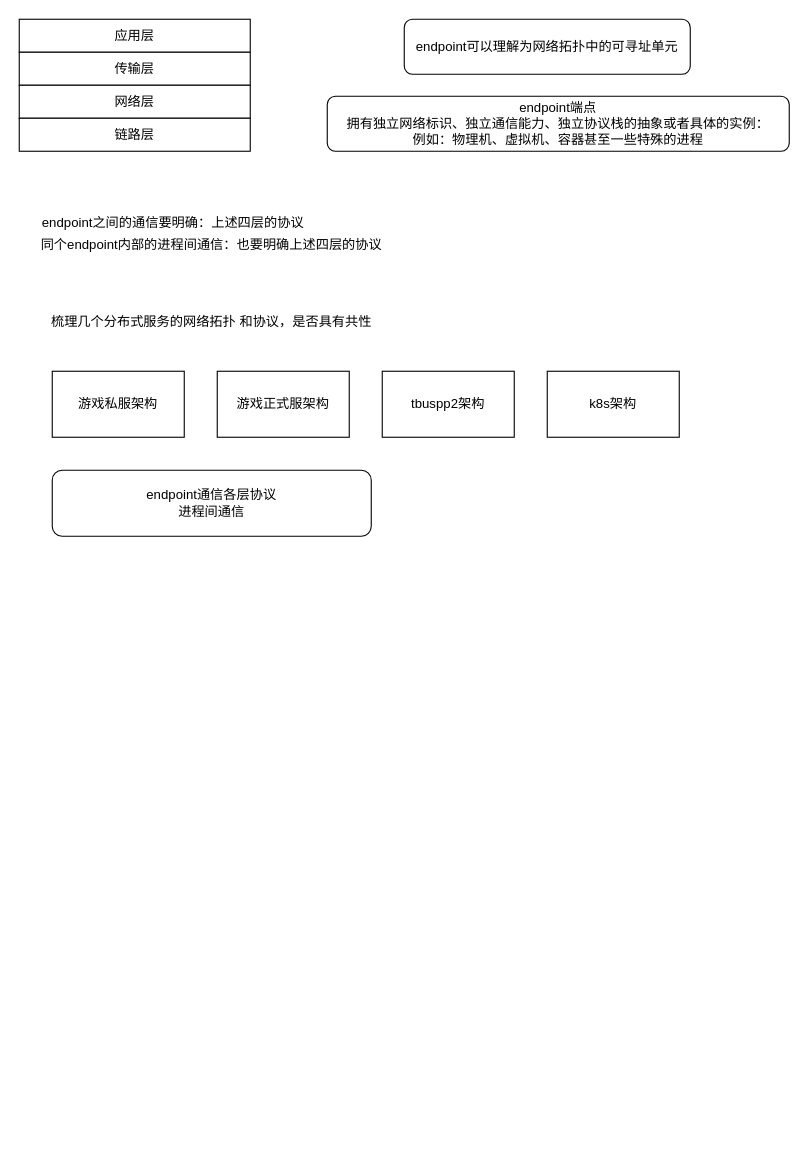
Above: 服务架构.drawio in junpfeng/UE (draw.io), before the change. Source tidied: cells renumbered, new cells numbered last; positions are measured from the earlier drawing's top-left corner, leaving out a move shared by most shapes. Both pictures are drawn from the tidied source at 110%, with x=0, y=0 at pixel (19, 19).
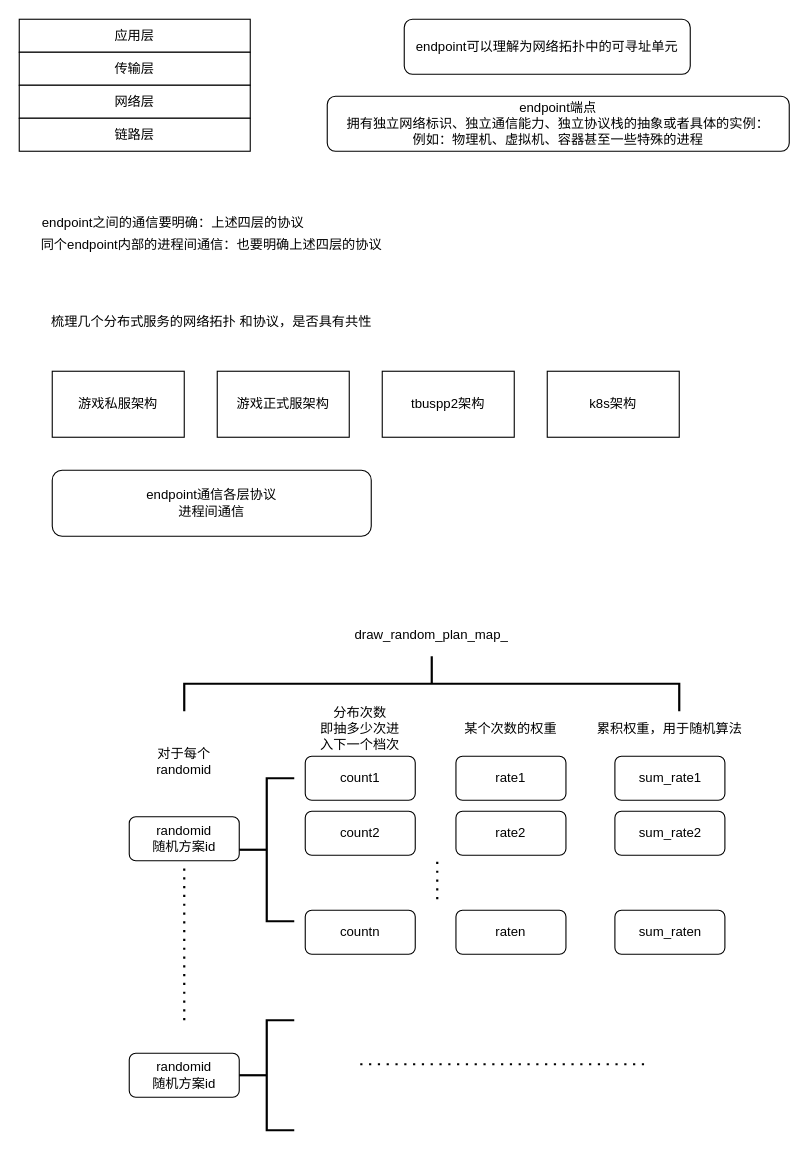
The same page after the edit.

Commit message:
更新服务架构.drawio

Diff of the diagram source:
```diff
@@
+    <mxCell id="16" value="randomid&lt;div&gt;随机方案id&lt;/div&gt;" style="rounded=1;whiteSpace=wrap;html=1;" parent="1" vertex="1">
+      <mxGeometry x="100" y="725" width="100" height="40" as="geometry" />
+    </mxCell>
+    <mxCell id="17" value="count1" style="rounded=1;whiteSpace=wrap;html=1;" parent="1" vertex="1">
+      <mxGeometry x="260" y="670" width="100" height="40" as="geometry" />
+    </mxCell>
+    <mxCell id="18" value="rate1" style="rounded=1;whiteSpace=wrap;html=1;" parent="1" vertex="1">
+      <mxGeometry x="397" y="670" width="100" height="40" as="geometry" />
+    </mxCell>
+    <mxCell id="19" value="sum_rate1" style="rounded=1;whiteSpace=wrap;html=1;" parent="1" vertex="1">
+      <mxGeometry x="541.5" y="670" width="100" height="40" as="geometry" />
+    </mxCell>
+    <mxCell id="20" value="对于每个randomid" style="text;html=1;align=center;verticalAlign=middle;whiteSpace=wrap;rounded=0;" parent="1" vertex="1">
+      <mxGeometry x="120" y="660" width="60" height="30" as="geometry" />
+    </mxCell>
+    <mxCell id="21" value="分布次数&lt;div&gt;即抽多少次进入下一个档次&lt;/div&gt;" style="text;html=1;align=center;verticalAlign=middle;whiteSpace=wrap;rounded=0;" parent="1" vertex="1">
+      <mxGeometry x="270" y="630" width="80" height="30" as="geometry" />
+    </mxCell>
+    <mxCell id="22" value="某个次数的权重" style="text;html=1;align=center;verticalAlign=middle;whiteSpace=wrap;rounded=0;" parent="1" vertex="1">
+      <mxGeometry x="404" y="630" width="86" height="30" as="geometry" />
+    </mxCell>
+    <mxCell id="23" value="累积权重，用于随机算法" style="text;html=1;align=center;verticalAlign=middle;whiteSpace=wrap;rounded=0;" parent="1" vertex="1">
+      <mxGeometry x="520" y="630" width="143" height="30" as="geometry" />
+    </mxCell>
+    <mxCell id="24" value="count2" style="rounded=1;whiteSpace=wrap;html=1;" parent="1" vertex="1">
+      <mxGeometry x="260" y="720" width="100" height="40" as="geometry" />
+    </mxCell>
+    <mxCell id="25" value="rate2" style="rounded=1;whiteSpace=wrap;html=1;" parent="1" vertex="1">
+      <mxGeometry x="397" y="720" width="100" height="40" as="geometry" />
+    </mxCell>
+    <mxCell id="26" value="sum_rate2" style="rounded=1;whiteSpace=wrap;html=1;" parent="1" vertex="1">
+      <mxGeometry x="541.5" y="720" width="100" height="40" as="geometry" />
+    </mxCell>
+    <mxCell id="27" value="countn" style="rounded=1;whiteSpace=wrap;html=1;" parent="1" vertex="1">
+      <mxGeometry x="260" y="810" width="100" height="40" as="geometry" />
+    </mxCell>
+    <mxCell id="28" value="raten" style="rounded=1;whiteSpace=wrap;html=1;" parent="1" vertex="1">
+      <mxGeometry x="397" y="810" width="100" height="40" as="geometry" />
+    </mxCell>
+    <mxCell id="29" value="sum_raten" style="rounded=1;whiteSpace=wrap;html=1;" parent="1" vertex="1">
+      <mxGeometry x="541.5" y="810" width="100" height="40" as="geometry" />
+    </mxCell>
+    <mxCell id="30" style="endArrow=none;dashed=1;html=1;dashPattern=1 3;strokeWidth=2;rounded=0;" parent="1" edge="1">
+      <mxGeometry relative="1" as="geometry">
+        <mxPoint x="380" y="800" as="sourcePoint" />
+        <mxPoint x="380" y="760" as="targetPoint" />
+      </mxGeometry>
+    </mxCell>
+    <mxCell id="31" style="endArrow=none;dashed=1;html=1;dashPattern=1 3;strokeWidth=2;rounded=0;" parent="1" edge="1">
+      <mxGeometry relative="1" as="geometry">
+        <mxPoint x="150" y="910" as="sourcePoint" />
+        <mxPoint x="150" y="770" as="targetPoint" />
+      </mxGeometry>
+    </mxCell>
+    <mxCell id="32" value="randomid&lt;div&gt;随机方案id&lt;/div&gt;" style="rounded=1;whiteSpace=wrap;html=1;" parent="1" vertex="1">
+      <mxGeometry x="100" y="940" width="100" height="40" as="geometry" />
+    </mxCell>
+    <mxCell id="33" style="endArrow=none;dashed=1;html=1;dashPattern=1 3;strokeWidth=2;rounded=0;" parent="1" edge="1">
+      <mxGeometry relative="1" as="geometry">
+        <mxPoint x="310" y="950" as="sourcePoint" />
+        <mxPoint x="570" y="950" as="targetPoint" />
+      </mxGeometry>
+    </mxCell>
+    <mxCell id="34" style="strokeWidth=2;html=1;shape=mxgraph.flowchart.annotation_2;align=left;labelPosition=right;" parent="1" vertex="1">
+      <mxGeometry x="200" y="690" width="50" height="130" as="geometry" />
+    </mxCell>
+    <mxCell id="35" style="strokeWidth=2;html=1;shape=mxgraph.flowchart.annotation_2;align=left;labelPosition=right;" parent="1" vertex="1">
+      <mxGeometry x="200" y="910" width="50" height="100" as="geometry" />
+    </mxCell>
+    <mxCell id="36" style="strokeWidth=2;html=1;shape=mxgraph.flowchart.annotation_2;align=left;labelPosition=right;rotation=90;" parent="1" vertex="1">
+      <mxGeometry x="350" y="379.1" width="50" height="450" as="geometry" />
+    </mxCell>
+    <mxCell id="37" value="draw_random_plan_map_" style="text;html=1;align=center;verticalAlign=middle;whiteSpace=wrap;rounded=0;" parent="1" vertex="1">
+      <mxGeometry x="292" y="540" width="166" height="40" as="geometry" />
+    </mxCell>
```
